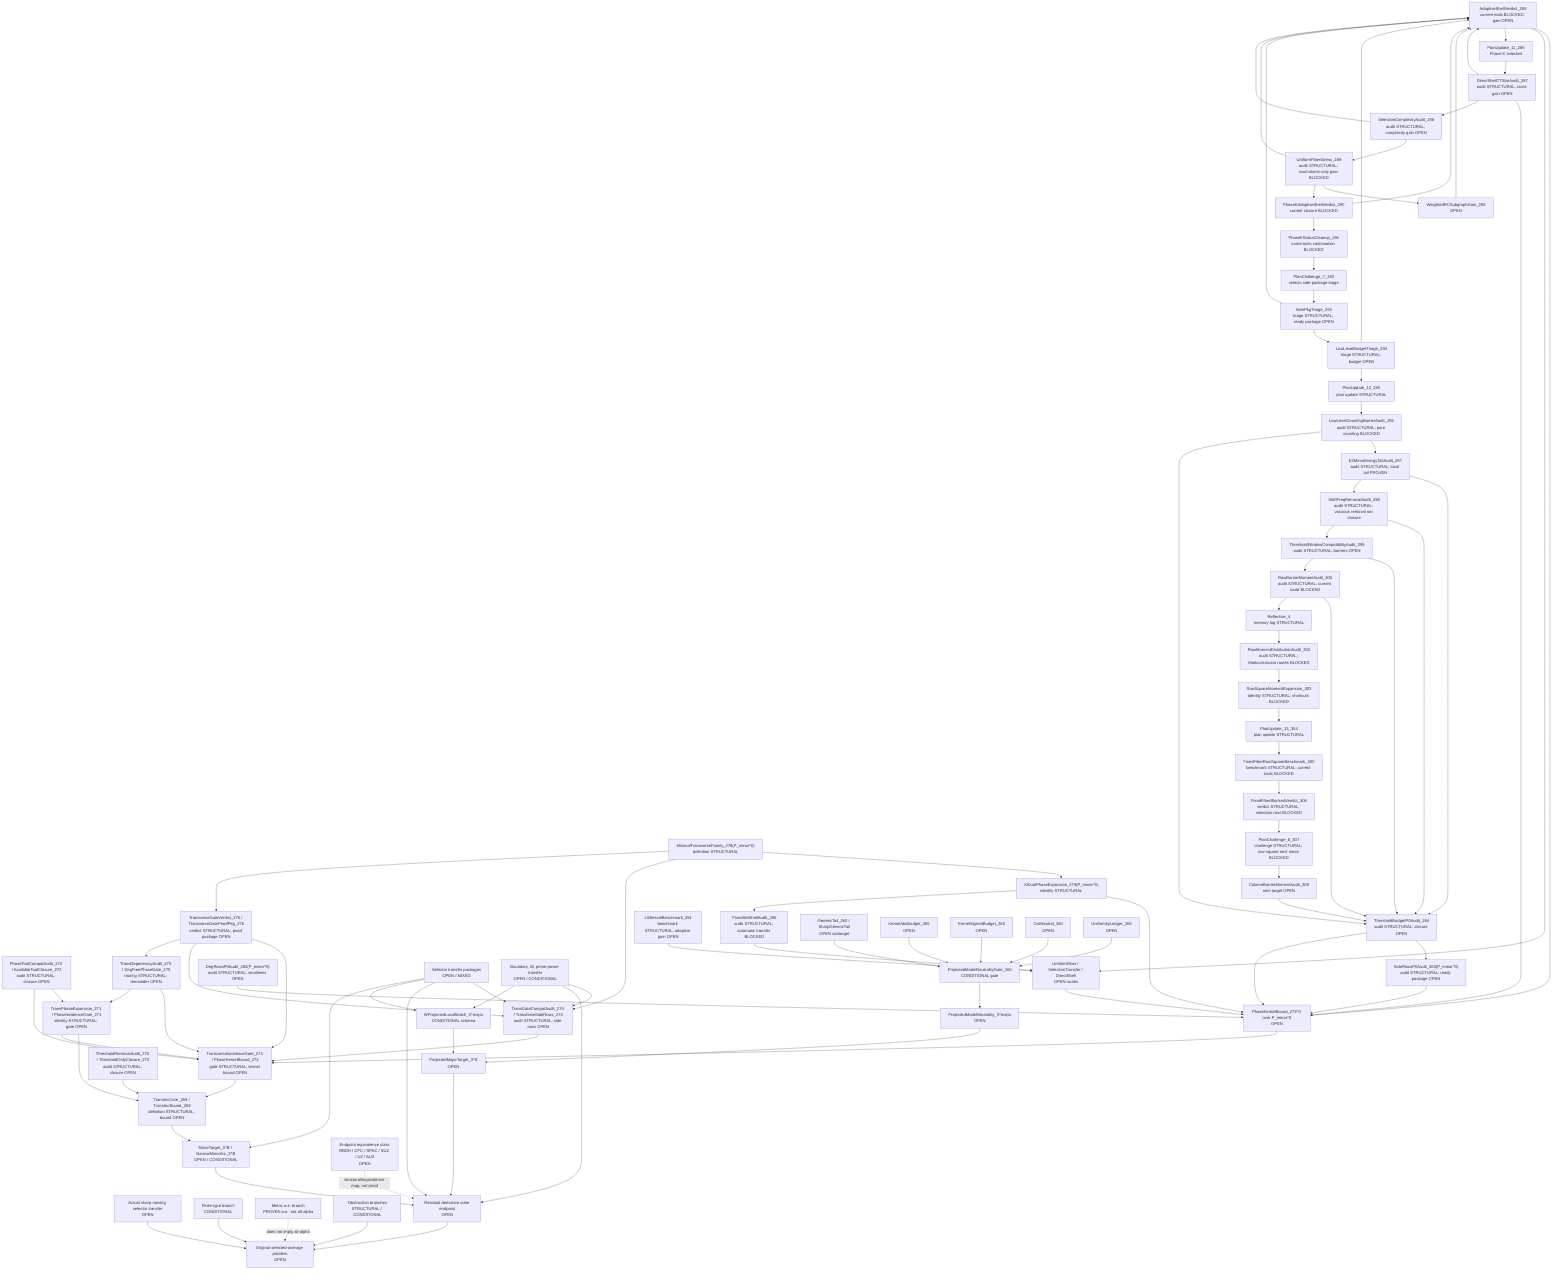
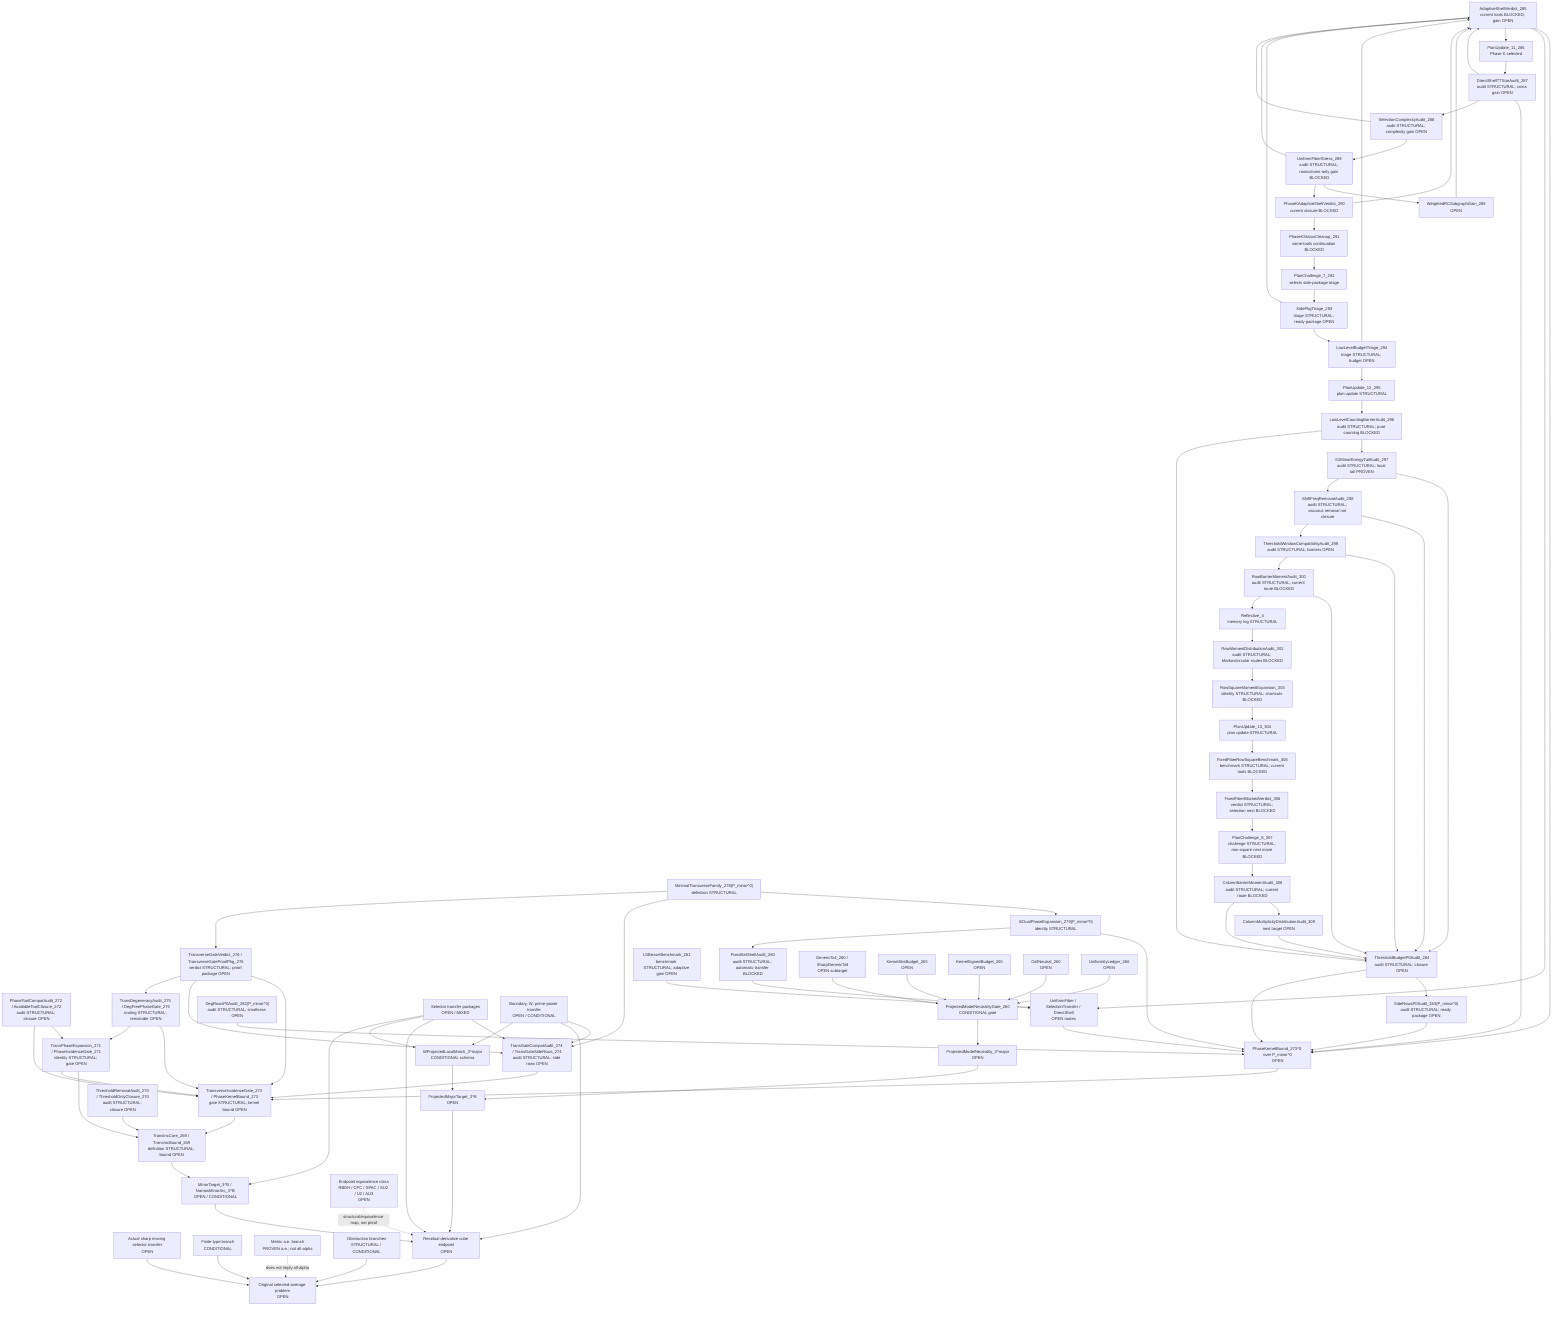
flowchart TD
  Original["Original selected-average problem<br/>OPEN"]
  SharpSel["Actual sharp moving selector transfer<br/>OPEN"]
  FiniteType["Finite-type branch<br/>CONDITIONAL"]
  Metric["Metric a.e. branch<br/>PROVEN a.e.; not all-alpha"]
  Obstruction["Obstruction branches<br/>STRUCTURAL / CONDITIONAL"]

  ResCube["Residual derivative cube endpoint<br/>OPEN"]
  MajorTarget["ProjectedMajorTarget_3^B<br/>OPEN"]
  MinorTarget["MinorTarget_3^B / NarrowMinorArc_3^B<br/>OPEN / CONDITIONAL"]
  TransInc["TransIncCore_269 / TransIncBound_269<br/>definition STRUCTURAL; bound OPEN"]
  ThresholdAudit["ThresholdRemovalAudit_270 / ThresholdOnlyClosure_270<br/>audit STRUCTURAL; closure OPEN"]
  PhaseExpansion["TransPhaseExpansion_271 / PhaseIncidenceGate_271<br/>identity STRUCTURAL; gate OPEN"]
  ToolCompat["PhaseToolCompatAudit_272 / AvailableToolClosure_272<br/>audit STRUCTURAL; closure OPEN"]
  TransGate["TransverseIncidenceGate_273 / PhaseKernelBound_273<br/>gate STRUCTURAL; kernel bound OPEN"]
  TransGateCompat["TransGateCompatAudit_274 / TransGateSideRows_274<br/>audit STRUCTURAL; side rows OPEN"]
  DegAudit["TransDegeneracyAudit_275 / DegFreePhaseGate_275<br/>routing STRUCTURAL; remainder OPEN"]
  TransVerdict["TransverseGateVerdict_276 / TransverseGateProofPkg_276<br/>verdict STRUCTURAL; proof package OPEN"]
  MinTransFamily["MinimalTransverseFamily_278(P_minor^0)<br/>definition STRUCTURAL"]
  XiExpansion["XiDualPhaseExpansion_279(P_minor^0)<br/>identity STRUCTURAL"]
  FixedShellAudit["FixedSetShellAudit_280<br/>audit STRUCTURAL; automatic transfer BLOCKED"]
  FixedShellTransfer["UniformFiber / SelectionTransfer / DirectShell<br/>OPEN routes"]
  LSBesselBench["LSBesselBenchmark_281<br/>benchmark STRUCTURAL; adaptive gain OPEN"]
  DegRowsP0["DegRowsP0Audit_282(P_minor^0)<br/>audit STRUCTURAL; smallness OPEN"]
  SideRowsP0["SideRowsP0Audit_283(P_minor^0)<br/>audit STRUCTURAL; ready package OPEN"]
  ThresholdP0["ThresholdBudgetP0Audit_284<br/>audit STRUCTURAL; closure OPEN"]
  AdaptiveShellP0["AdaptiveShellVerdict_285<br/>current tools BLOCKED; gain OPEN"]
  PlanUpdate11["PlanUpdate_11_286<br/>Phase K selected"]
  DirectTTStar["DirectShellTTStarAudit_287<br/>audit STRUCTURAL; cross gain OPEN"]
  SelectionComplexity["SelectionComplexityAudit_288<br/>audit STRUCTURAL; complexity gain OPEN"]
  UniformFiberStress["UniformFiberStress_289<br/>audit STRUCTURAL; row/column-only gain BLOCKED"]
  WeightedRCSubgraph["WeightedRCSubgraphGain_289<br/>OPEN"]
  AdaptiveVerdict290["PhaseKAdaptiveShellVerdict_290<br/>current closure BLOCKED"]
  PhaseKCleanup291["PhaseKStatusCleanup_291<br/>same-tools continuation BLOCKED"]
  PlanChallenge7["PlanChallenge_7_292<br/>selects side-package triage"]
  SidePkgTriage293["SidePkgTriage_293<br/>triage STRUCTURAL; ready package OPEN"]
  LowLevelTriage294["LowLevelBudgetTriage_294<br/>triage STRUCTURAL; budget OPEN"]
  PlanUpdate12["PlanUpdate_12_295<br/>plan update STRUCTURAL"]
  LowLevelBarrier296["LowLevelCountingBarrierAudit_296<br/>audit STRUCTURAL; pure counting BLOCKED"]
  E2Tail297["E2MinorEnergyTailAudit_297<br/>audit STRUCTURAL; local tail PROVEN"]
  ShiftFreq298["ShiftFreqRemovalAudit_298<br/>audit STRUCTURAL; vacuous removal not closure"]
  ThresholdWindow299["ThresholdWindowCompatibilityAudit_299<br/>audit STRUCTURAL; barriers OPEN"]
  RowBarrier300["RowBarrierMomentAudit_300<br/>audit STRUCTURAL; current route BLOCKED"]
  Reflective4["Reflective_4<br/>memory log STRUCTURAL"]
  RowMoment302["RowMomentDistributionAudit_302<br/>audit STRUCTURAL; Markov/circular routes BLOCKED"]
  RowSquare303["RowSquareMomentExpansion_303<br/>identity STRUCTURAL; shortcuts BLOCKED"]
  PlanUpdate13["PlanUpdate_13_304<br/>plan update STRUCTURAL"]
  FixedFiber305["FixedFiberRowSquareBenchmark_305<br/>benchmark STRUCTURAL; current tools BLOCKED"]
  FixedFiber306["FixedFiberBlockedVerdict_306<br/>verdict STRUCTURAL; selection next BLOCKED"]
  PlanChallenge8["PlanChallenge_8_307<br/>challenge STRUCTURAL; row-square next move BLOCKED"]
-   ColumnBarrier308["ColumnBarrierMomentAudit_308<br/>next target OPEN"]
+   ColumnBarrier308["ColumnBarrierMomentAudit_308<br/>audit STRUCTURAL; current route BLOCKED"]
+   ColumnDist309["ColumnMultiplicityDistributionAudit_309<br/>next target OPEN"]
  PhaseKernel0["PhaseKernelBound_273^0 over P_minor^0<br/>OPEN"]
  SelectorTransfer["Selector transfer packages<br/>OPEN / MIXED"]
  BoundaryTransfer["Boundary, W, prime-power transfer<br/>OPEN / CONDITIONAL"]

  WLocal["WProjectedLocalMatch_3^major<br/>CONDITIONAL schema"]
  ModelNeutral["ProjectedModelNeutrality_3^major<br/>OPEN"]
  PMNGate["ProjectedModelNeutralityGate_260<br/>CONDITIONAL gate"]
  GenericTail["GenericTail_260 / SharpGenericTail<br/>OPEN subtarget"]
  KernelAbs["KernelAbsBudget_265<br/>OPEN"]
  KernelSigned["KernelSignedBudget_265<br/>OPEN"]
  CollNeutral["CollNeutral_260<br/>OPEN"]
  Uniformity["UniformityLedger_266<br/>OPEN"]

  EndpointClass["Endpoint equivalence class<br/>RBDH / CPC / SPAC / SU2 / U2 / AU3<br/>OPEN"]

  SharpSel --> Original
  FiniteType --> Original
  Obstruction --> Original
  ResCube --> Original
  Metric -. "does not imply all-alpha" .-> Original

  MajorTarget --> ResCube
  MinorTarget --> ResCube
  TransInc --> MinorTarget
  ThresholdAudit --> TransInc
  PhaseExpansion --> TransInc
  ToolCompat --> PhaseExpansion
  TransGate --> TransInc
  PhaseExpansion --> TransGate
  ToolCompat --> TransGate
  TransGateCompat --> TransGate
  SelectorTransfer --> TransGateCompat
  BoundaryTransfer --> TransGateCompat
  DegAudit --> TransGate
  DegAudit --> PhaseExpansion
  TransVerdict --> TransGate
  TransVerdict --> TransGateCompat
  TransVerdict --> DegAudit
  PhaseKernel0 --> TransGate
  MinTransFamily --> XiExpansion
  XiExpansion --> PhaseKernel0
  XiExpansion --> FixedShellAudit
  FixedShellAudit --> FixedShellTransfer
  FixedShellTransfer --> PhaseKernel0
  LSBesselBench --> FixedShellTransfer
  DegRowsP0 --> PhaseKernel0
  SideRowsP0 --> PhaseKernel0
  ThresholdP0 --> SideRowsP0
  ThresholdP0 --> PhaseKernel0
  AdaptiveShellP0 --> PhaseKernel0
  AdaptiveShellP0 --> FixedShellTransfer
  AdaptiveShellP0 --> PlanUpdate11
  PlanUpdate11 --> DirectTTStar
  DirectTTStar --> AdaptiveShellP0
  DirectTTStar --> PhaseKernel0
  DirectTTStar --> SelectionComplexity
  SelectionComplexity --> UniformFiberStress
  SelectionComplexity --> AdaptiveShellP0
  UniformFiberStress --> WeightedRCSubgraph
  WeightedRCSubgraph --> AdaptiveShellP0
  UniformFiberStress --> AdaptiveVerdict290
  UniformFiberStress --> AdaptiveShellP0
  AdaptiveVerdict290 --> AdaptiveShellP0
  AdaptiveVerdict290 --> PhaseKCleanup291
  PhaseKCleanup291 --> PlanChallenge7
  PlanChallenge7 --> SidePkgTriage293
  SidePkgTriage293 --> LowLevelTriage294
  SidePkgTriage293 --> AdaptiveShellP0
  LowLevelTriage294 --> AdaptiveShellP0
  LowLevelTriage294 --> PlanUpdate12
  PlanUpdate12 --> LowLevelBarrier296
  LowLevelBarrier296 --> E2Tail297
  LowLevelBarrier296 --> ThresholdP0
  E2Tail297 --> ThresholdP0
  E2Tail297 --> ShiftFreq298
  ShiftFreq298 --> ThresholdP0
  ShiftFreq298 --> ThresholdWindow299
  ThresholdWindow299 --> ThresholdP0
  ThresholdWindow299 --> RowBarrier300
  RowBarrier300 --> ThresholdP0
  RowBarrier300 --> Reflective4
  Reflective4 --> RowMoment302
  RowMoment302 --> RowSquare303
  RowSquare303 --> PlanUpdate13
  PlanUpdate13 --> FixedFiber305
  FixedFiber305 --> FixedFiber306
  FixedFiber306 --> PlanChallenge8
  PlanChallenge8 --> ColumnBarrier308
+   ColumnBarrier308 --> ColumnDist309
+   ColumnDist309 --> ThresholdP0
  ColumnBarrier308 --> ThresholdP0
  MinTransFamily --> TransGateCompat
  MinTransFamily --> TransVerdict
  SelectorTransfer --> ResCube
  BoundaryTransfer --> ResCube
  EndpointClass -. "structural/equivalence map, not proof" .-> ResCube

  WLocal --> MajorTarget
  ModelNeutral --> MajorTarget

  PMNGate --> ModelNeutral
  GenericTail --> PMNGate
  KernelAbs --> PMNGate
  KernelSigned --> PMNGate
  CollNeutral --> PMNGate
  Uniformity --> PMNGate

  BoundaryTransfer --> WLocal
  SelectorTransfer --> WLocal
  SelectorTransfer --> MinorTarget
